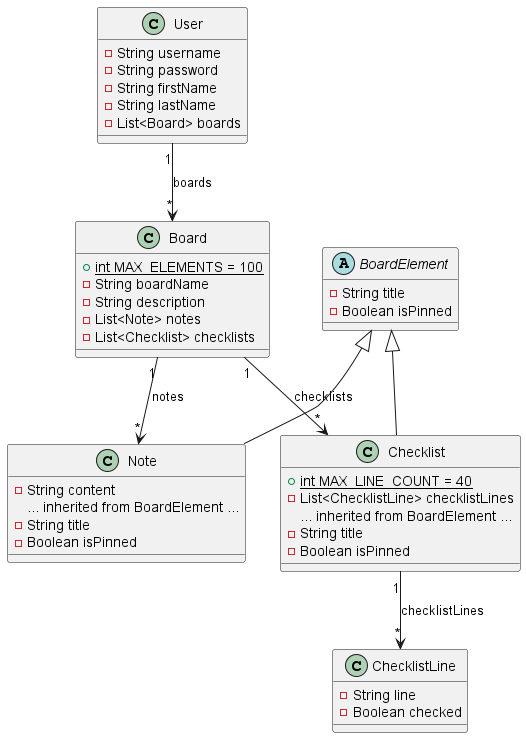
Above: docs/resources/ClassDiagram.png in Arashfa0301/Script (PlantUML), before the change.
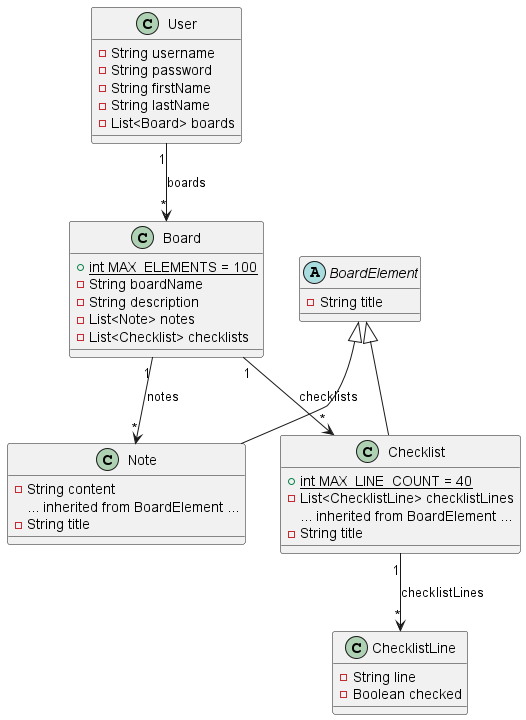
After the commit.

Commit message:
Remove isPinned from boardElement

Change to the diagram source:
```diff
@@ -1,4 +1,5 @@
-@startuml
+@startuml ClassDiagram
+
 class User [[java:core.main.user]] {
 	-String username
 	-String password
@@ -17,14 +18,12 @@
 
 abstract class BoardElement [[java:core.main.BoardElement]] {
 	-String title
-    -Boolean isPinned
 }
 
 class Note [[java:core.main.Note]] {
 	-String content
     ... inherited from BoardElement ...
     -String title
-    -Boolean isPinned
 }
 
 class Checklist [[java:core.main.Checklist]] {
@@ -32,7 +31,6 @@
 	-List<ChecklistLine> checklistLines
     ... inherited from BoardElement ...
     -String title
-    -Boolean isPinned
 }
 
 class ChecklistLine [[java:core.main.ChecklistLine]] {
```
